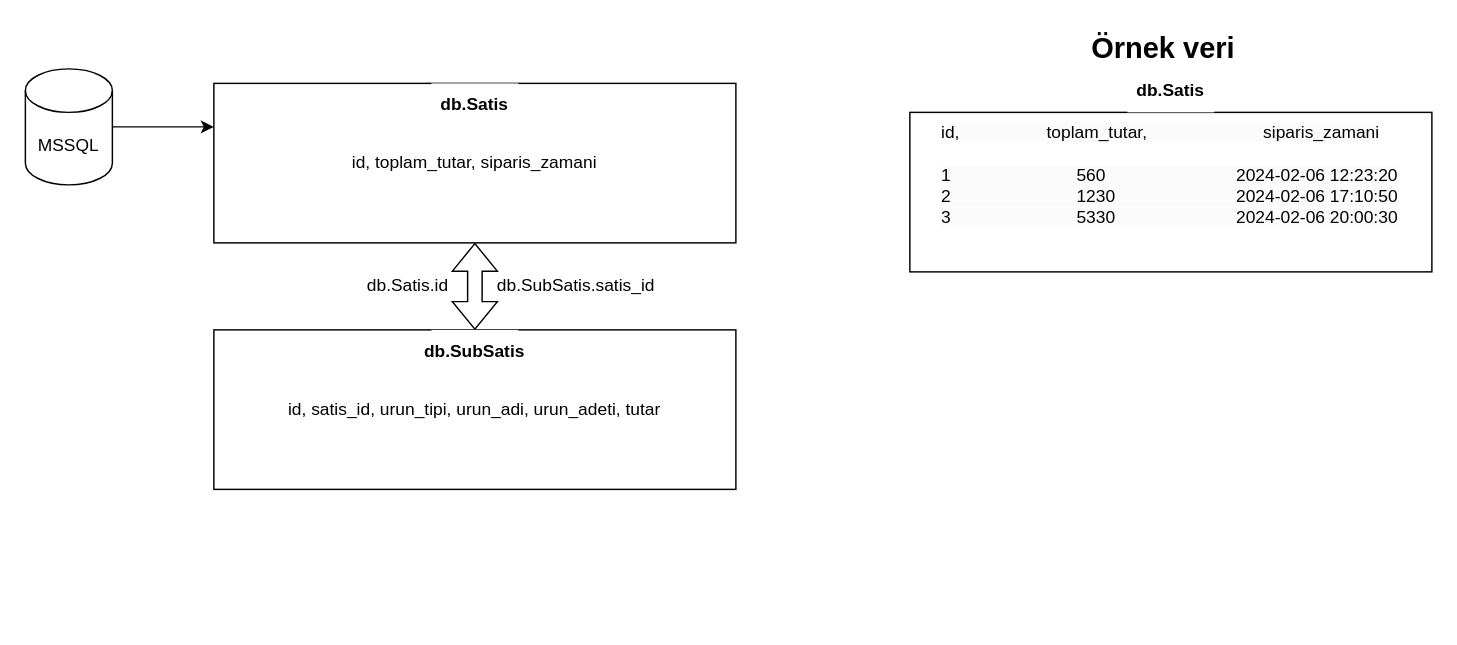
This is Başlıksız Diyagram.drawio from sinancesur34/Food-Ordering-Project, a draw.io file, before an edit. Source tidied: cells renumbered, new cells numbered last; positions are measured from the earlier drawing's top-left corner, leaving out a move shared by most shapes. Both pictures are drawn from the tidied source at 145%, with x=0, y=0 at pixel (25, 25).
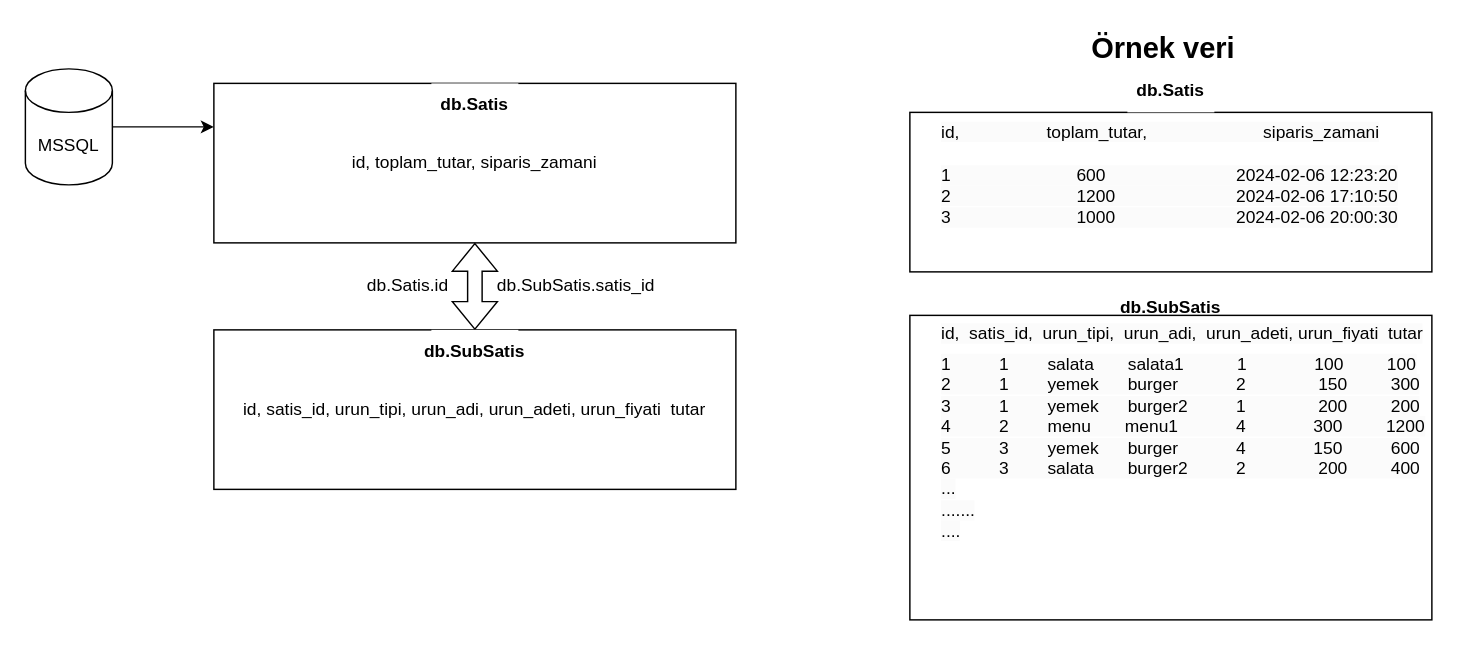
After the change.

Change to the diagram source:
```diff
@@
-    <mxCell id="5" value="id, satis_id, urun_tipi, urun_adi, urun_adeti, tutar" style="rounded=0;whiteSpace=wrap;html=1;" parent="1" vertex="1">
+    <mxCell id="5" value="id, satis_id, urun_tipi, urun_adi, urun_adeti, urun_fiyati&amp;nbsp; tutar" style="rounded=0;whiteSpace=wrap;html=1;" parent="1" vertex="1">
       <mxGeometry x="130" y="210" width="360" height="110" as="geometry" />
     </mxCell>
@@
-    <mxCell id="15" value="&lt;span style=&quot;color: rgb(0, 0, 0); font-family: Helvetica; font-size: 12px; font-style: normal; font-variant-ligatures: normal; font-variant-caps: normal; font-weight: 400; letter-spacing: normal; orphans: 2; text-align: center; text-indent: 0px; text-transform: none; widows: 2; word-spacing: 0px; -webkit-text-stroke-width: 0px; background-color: rgb(251, 251, 251); text-decoration-thickness: initial; text-decoration-style: initial; text-decoration-color: initial; float: none; display: inline !important;&quot;&gt;1&amp;nbsp; &amp;nbsp; &amp;nbsp; &amp;nbsp; &amp;nbsp; &amp;nbsp; &amp;nbsp; &amp;nbsp; &amp;nbsp; &amp;nbsp; &amp;nbsp; &amp;nbsp; &amp;nbsp; 560&amp;nbsp; &amp;nbsp; &amp;nbsp; &amp;nbsp; &amp;nbsp; &amp;nbsp; &amp;nbsp; &amp;nbsp; &amp;nbsp; &amp;nbsp; &amp;nbsp; &amp;nbsp; &amp;nbsp; &amp;nbsp;2024-02-06 12:23:20&lt;br&gt;2&amp;nbsp; &amp;nbsp; &amp;nbsp; &amp;nbsp; &amp;nbsp; &amp;nbsp; &amp;nbsp; &amp;nbsp; &amp;nbsp; &amp;nbsp; &amp;nbsp; &amp;nbsp; &amp;nbsp; 1230&amp;nbsp; &amp;nbsp; &amp;nbsp; &amp;nbsp; &amp;nbsp; &amp;nbsp; &amp;nbsp; &amp;nbsp; &amp;nbsp; &amp;nbsp; &amp;nbsp; &amp;nbsp; &amp;nbsp;2024-02-06 17:10:50&lt;br&gt;3&amp;nbsp; &amp;nbsp; &amp;nbsp; &amp;nbsp; &amp;nbsp; &amp;nbsp; &amp;nbsp; &amp;nbsp; &amp;nbsp; &amp;nbsp; &amp;nbsp; &amp;nbsp; &amp;nbsp; 5330&amp;nbsp; &amp;nbsp; &amp;nbsp; &amp;nbsp; &amp;nbsp; &amp;nbsp; &amp;nbsp; &amp;nbsp; &amp;nbsp; &amp;nbsp; &amp;nbsp; &amp;nbsp; &amp;nbsp;2024-02-06 20:00:30&lt;br&gt;&lt;/span&gt;" style="text;whiteSpace=wrap;html=1;" parent="1" vertex="1">
+    <mxCell id="15" value="&lt;span style=&quot;color: rgb(0, 0, 0); font-family: Helvetica; font-size: 12px; font-style: normal; font-variant-ligatures: normal; font-variant-caps: normal; font-weight: 400; letter-spacing: normal; orphans: 2; text-align: center; text-indent: 0px; text-transform: none; widows: 2; word-spacing: 0px; -webkit-text-stroke-width: 0px; background-color: rgb(251, 251, 251); text-decoration-thickness: initial; text-decoration-style: initial; text-decoration-color: initial; float: none; display: inline !important;&quot;&gt;1&amp;nbsp; &amp;nbsp; &amp;nbsp; &amp;nbsp; &amp;nbsp; &amp;nbsp; &amp;nbsp; &amp;nbsp; &amp;nbsp; &amp;nbsp; &amp;nbsp; &amp;nbsp; &amp;nbsp; 600&amp;nbsp; &amp;nbsp; &amp;nbsp; &amp;nbsp; &amp;nbsp; &amp;nbsp; &amp;nbsp; &amp;nbsp; &amp;nbsp; &amp;nbsp; &amp;nbsp; &amp;nbsp; &amp;nbsp; &amp;nbsp;2024-02-06 12:23:20&lt;br&gt;2&amp;nbsp; &amp;nbsp; &amp;nbsp; &amp;nbsp; &amp;nbsp; &amp;nbsp; &amp;nbsp; &amp;nbsp; &amp;nbsp; &amp;nbsp; &amp;nbsp; &amp;nbsp; &amp;nbsp; 1200&amp;nbsp; &amp;nbsp; &amp;nbsp; &amp;nbsp; &amp;nbsp; &amp;nbsp; &amp;nbsp; &amp;nbsp; &amp;nbsp; &amp;nbsp; &amp;nbsp; &amp;nbsp; &amp;nbsp;2024-02-06 17:10:50&lt;br&gt;3&amp;nbsp; &amp;nbsp; &amp;nbsp; &amp;nbsp; &amp;nbsp; &amp;nbsp; &amp;nbsp; &amp;nbsp; &amp;nbsp; &amp;nbsp; &amp;nbsp; &amp;nbsp; &amp;nbsp; 1000&amp;nbsp; &amp;nbsp; &amp;nbsp; &amp;nbsp; &amp;nbsp; &amp;nbsp; &amp;nbsp; &amp;nbsp; &amp;nbsp; &amp;nbsp; &amp;nbsp; &amp;nbsp; &amp;nbsp;2024-02-06 20:00:30&lt;br&gt;&lt;/span&gt;" style="text;whiteSpace=wrap;html=1;" parent="1" vertex="1">
       <mxGeometry x="630" y="90" width="340" height="40" as="geometry" />
     </mxCell>
+    <mxCell id="16" value="db.SubSatis" style="text;html=1;strokeColor=none;fillColor=default;align=center;verticalAlign=middle;whiteSpace=wrap;rounded=0;fontStyle=1;" parent="1" vertex="1">
+      <mxGeometry x="760" y="180" width="60" height="30" as="geometry" />
+    </mxCell>
+    <mxCell id="17" style="rounded=0;whiteSpace=wrap;html=1;" parent="1" vertex="1">
+      <mxGeometry x="610" y="200" width="360" height="210" as="geometry" />
+    </mxCell>
+    <mxCell id="18" value="&lt;span style=&quot;color: rgb(0, 0, 0); font-family: Helvetica; font-size: 12px; font-style: normal; font-variant-ligatures: normal; font-variant-caps: normal; font-weight: 400; letter-spacing: normal; orphans: 2; text-align: center; text-indent: 0px; text-transform: none; widows: 2; word-spacing: 0px; -webkit-text-stroke-width: 0px; background-color: rgb(251, 251, 251); text-decoration-thickness: initial; text-decoration-style: initial; text-decoration-color: initial; float: none; display: inline !important;&quot;&gt;1&amp;nbsp; &amp;nbsp; &amp;nbsp; &amp;nbsp; &amp;nbsp; 1&amp;nbsp; &amp;nbsp; &amp;nbsp; &amp;nbsp; salata&amp;nbsp; &amp;nbsp; &amp;nbsp; &amp;nbsp;salata1&amp;nbsp; &amp;nbsp; &amp;nbsp; &amp;nbsp; &amp;nbsp; &amp;nbsp;1&amp;nbsp; &amp;nbsp; &amp;nbsp; &amp;nbsp; &amp;nbsp; &amp;nbsp; &amp;nbsp; 100&amp;nbsp; &amp;nbsp; &amp;nbsp; &amp;nbsp; &amp;nbsp;100&lt;br&gt;2&amp;nbsp; &amp;nbsp; &amp;nbsp; &amp;nbsp; &amp;nbsp; 1&amp;nbsp; &amp;nbsp; &amp;nbsp; &amp;nbsp; yemek&amp;nbsp; &amp;nbsp; &amp;nbsp; burger&amp;nbsp; &amp;nbsp; &amp;nbsp; &amp;nbsp; &amp;nbsp; &amp;nbsp; 2&amp;nbsp; &amp;nbsp; &amp;nbsp; &amp;nbsp; &amp;nbsp; &amp;nbsp; &amp;nbsp; &amp;nbsp;150&amp;nbsp; &amp;nbsp; &amp;nbsp; &amp;nbsp; &amp;nbsp;300&lt;br&gt;3&amp;nbsp; &amp;nbsp; &amp;nbsp; &amp;nbsp; &amp;nbsp; 1&amp;nbsp; &amp;nbsp; &amp;nbsp; &amp;nbsp; yemek&amp;nbsp; &amp;nbsp; &amp;nbsp; burger2&amp;nbsp; &amp;nbsp; &amp;nbsp; &amp;nbsp; &amp;nbsp; 1&amp;nbsp; &amp;nbsp; &amp;nbsp; &amp;nbsp; &amp;nbsp; &amp;nbsp; &amp;nbsp; &amp;nbsp;200&amp;nbsp; &amp;nbsp; &amp;nbsp; &amp;nbsp; &amp;nbsp;200&lt;br&gt;4&amp;nbsp; &amp;nbsp; &amp;nbsp; &amp;nbsp; &amp;nbsp; 2&amp;nbsp; &amp;nbsp; &amp;nbsp; &amp;nbsp; menu&amp;nbsp; &amp;nbsp; &amp;nbsp; &amp;nbsp;menu1&amp;nbsp; &amp;nbsp; &amp;nbsp; &amp;nbsp; &amp;nbsp; &amp;nbsp; 4&amp;nbsp; &amp;nbsp; &amp;nbsp; &amp;nbsp; &amp;nbsp; &amp;nbsp; &amp;nbsp; 300&amp;nbsp; &amp;nbsp; &amp;nbsp; &amp;nbsp; &amp;nbsp;1200&lt;br style=&quot;border-color: var(--border-color);&quot;&gt;5&amp;nbsp; &amp;nbsp; &amp;nbsp; &amp;nbsp; &amp;nbsp; 3&amp;nbsp; &amp;nbsp; &amp;nbsp; &amp;nbsp; yemek&amp;nbsp; &amp;nbsp; &amp;nbsp; burger&amp;nbsp; &amp;nbsp; &amp;nbsp; &amp;nbsp; &amp;nbsp; &amp;nbsp; 4&amp;nbsp; &amp;nbsp; &amp;nbsp; &amp;nbsp; &amp;nbsp; &amp;nbsp; &amp;nbsp; 150&amp;nbsp; &amp;nbsp; &amp;nbsp; &amp;nbsp; &amp;nbsp; 600&lt;br style=&quot;border-color: var(--border-color);&quot;&gt;6&amp;nbsp; &amp;nbsp; &amp;nbsp; &amp;nbsp; &amp;nbsp; 3&amp;nbsp; &amp;nbsp; &amp;nbsp; &amp;nbsp; salata&amp;nbsp; &amp;nbsp; &amp;nbsp; &amp;nbsp;burger2&amp;nbsp; &amp;nbsp; &amp;nbsp; &amp;nbsp; &amp;nbsp; 2&amp;nbsp; &amp;nbsp; &amp;nbsp; &amp;nbsp; &amp;nbsp; &amp;nbsp; &amp;nbsp; &amp;nbsp;200&amp;nbsp; &amp;nbsp; &amp;nbsp; &amp;nbsp; &amp;nbsp;400&lt;br style=&quot;border-color: var(--border-color);&quot;&gt;...&lt;br style=&quot;border-color: var(--border-color);&quot;&gt;.......&lt;br&gt;....&lt;br&gt;&lt;/span&gt;" style="text;whiteSpace=wrap;html=1;" parent="1" vertex="1">
+      <mxGeometry x="630" y="220" width="340" height="40" as="geometry" />
+    </mxCell>
+    <mxCell id="19" value="&lt;span style=&quot;color: rgb(0, 0, 0); font-family: Helvetica; font-size: 12px; font-style: normal; font-variant-ligatures: normal; font-variant-caps: normal; font-weight: 400; letter-spacing: normal; orphans: 2; text-align: center; text-indent: 0px; text-transform: none; widows: 2; word-spacing: 0px; -webkit-text-stroke-width: 0px; background-color: rgb(251, 251, 251); text-decoration-thickness: initial; text-decoration-style: initial; text-decoration-color: initial; float: none; display: inline !important;&quot;&gt;id,&amp;nbsp; satis_id,&amp;nbsp; urun_tipi,&amp;nbsp; urun_adi,&amp;nbsp; urun_adeti, urun_fiyati&amp;nbsp; tutar&lt;/span&gt;" style="text;whiteSpace=wrap;html=1;" parent="1" vertex="1">
+      <mxGeometry x="630" y="199" width="340" height="40" as="geometry" />
+    </mxCell>
```
